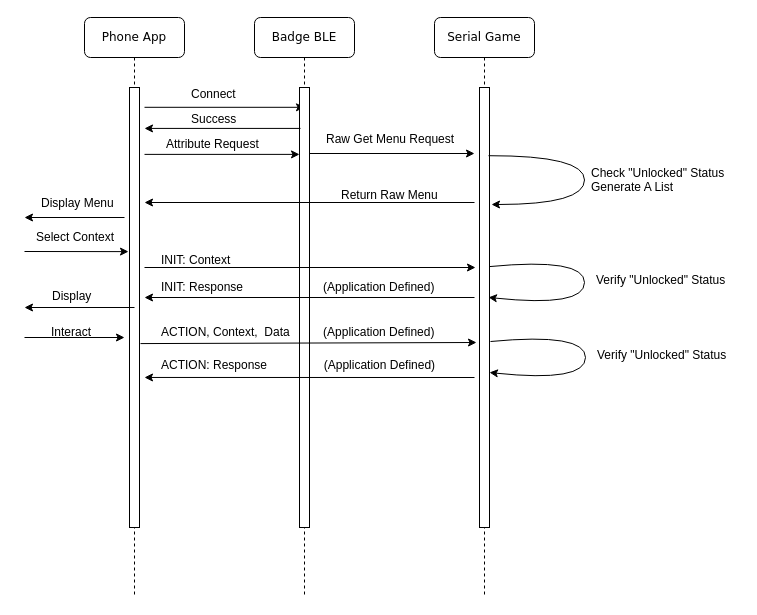
The draw.io diagram page "PostConnect" (2 of 2) of DC27/doc/BluetoothInteractions.drawio in thedarknet/darknet8-badge, before the edit. Source tidied: cells renumbered, new cells numbered last; positions are measured from the earlier drawing's top-left corner, leaving out a move shared by most shapes. Both pictures are drawn from the tidied source at 100%, with x=0, y=0 at pixel (24, 17).
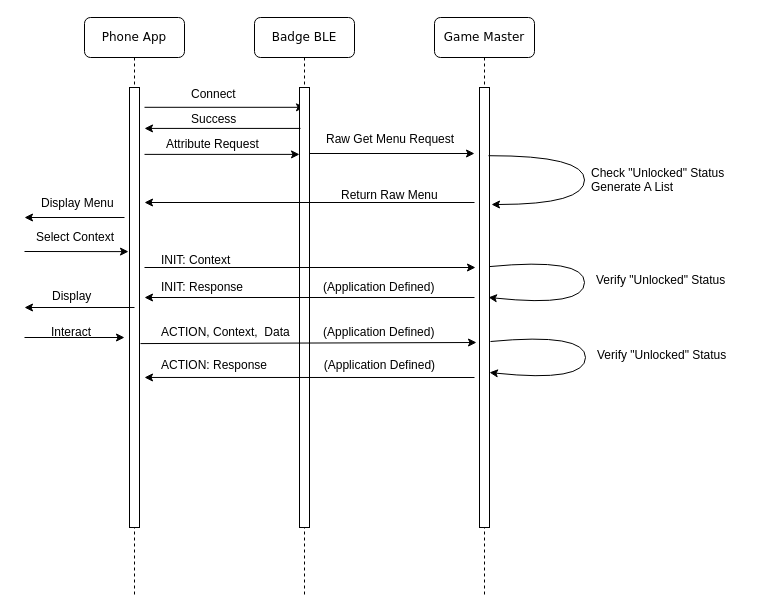
After the change.

What changed in the source:
```diff
@@
-    <mxCell id="12" value="Serial Game&lt;br&gt;" style="shape=umlLifeline;perimeter=lifelinePerimeter;whiteSpace=wrap;html=1;rounded=1;shadow=0;comic=0;labelBackgroundColor=none;strokeColor=#000000;strokeWidth=1;fillColor=#FFFFFF;fontFamily=Verdana;fontSize=12;fontColor=#000000;align=center;" parent="1" vertex="1">
+    <mxCell id="12" value="Game Master&lt;br&gt;" style="shape=umlLifeline;perimeter=lifelinePerimeter;whiteSpace=wrap;html=1;rounded=1;shadow=0;comic=0;labelBackgroundColor=none;strokeColor=#000000;strokeWidth=1;fillColor=#FFFFFF;fontFamily=Verdana;fontSize=12;fontColor=#000000;align=center;" parent="1" vertex="1">
       <mxGeometry x="410" width="100" height="580" as="geometry" />
     </mxCell>
```
